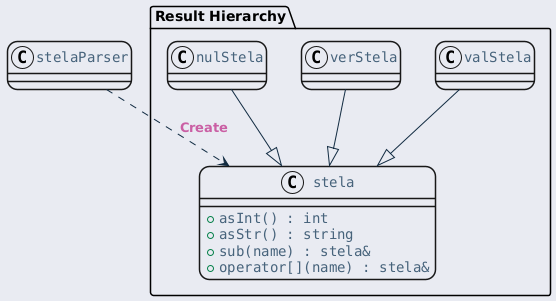
Before: ref/generated/ko/inline_umlgraph_16.png, a diagram exported from PlantUML (byeolang/website).
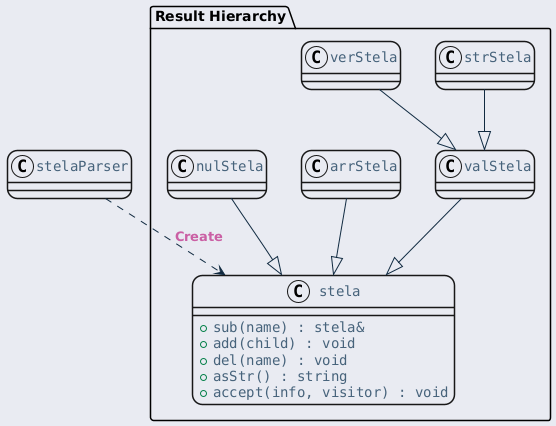
After the change.

Change to the diagram source:
```diff
@@ -25,20 +25,25 @@
 </style>
 package "Result Hierarchy" {
     class "stela" as stela {
-        + asInt() : int
+        + sub(name) : stela&
+        + add(child) : void
+        + del(name) : void
         + asStr() : string
-        + sub(name) : stela&
-        + operator[](name) : stela&
+        + accept(info, visitor) : void
     }
 
     class "valStela" as valStela
+    class "strStela" as strStela
     class "verStela" as verStela
+    class "arrStela" as arrStela
     class "nulStela" as nulStela
 }
 
 stelaParser ..> stela : Create
 
 valStela --|> stela
-verStela --|> stela
+arrStela --|> stela
 nulStela --|> stela
+strStela --|> valStela
+verStela --|> valStela
 @enduml
```
